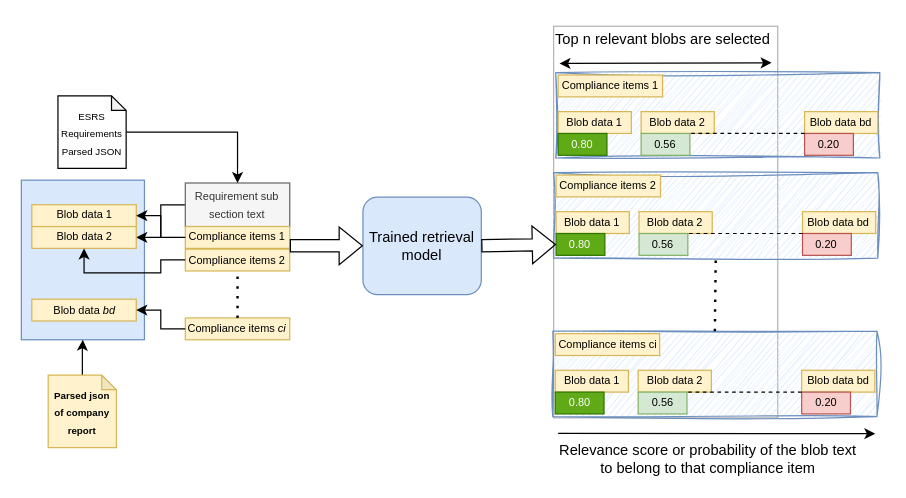
Above: page "Page-8" (8 of 13) of ir_sys.drawio in prabhupad26/100daysofML (draw.io), before the change. Source tidied: cells renumbered, new cells numbered last; positions are measured from the earlier drawing's top-left corner, leaving out a move shared by most shapes. Both pictures are drawn from the tidied source at 122%, with x=0, y=0 at pixel (21, 21).
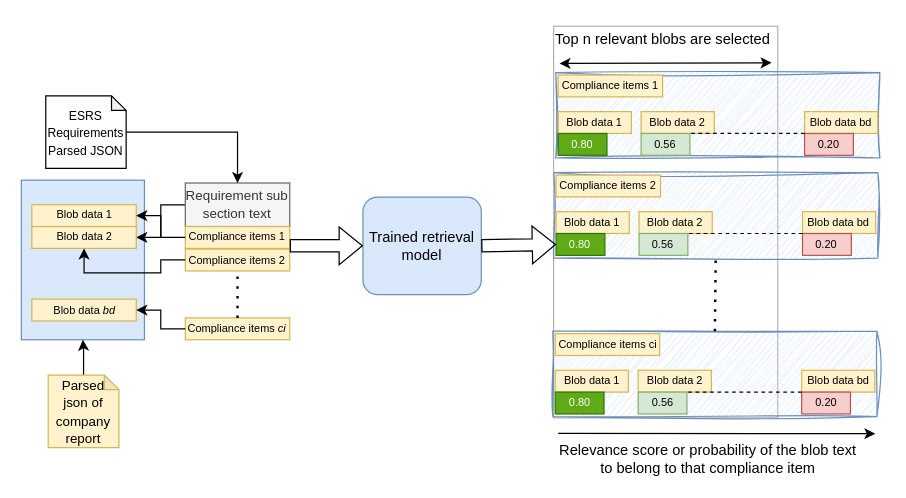
The same diagram, later.

Unchanged cells that the change refers to:
```xml
<mxCell id="5" style="group;" parent="1" vertex="1">
  <mxGeometry y="61" width="219.9" height="200" as="geometry" />
</mxCell>
```

What changed in the source:
```diff
@@
-    <mxCell id="8" value="&lt;font style=&quot;font-size: 9px;&quot;&gt;Requirement sub section text&lt;/font&gt;" style="rounded=0;whiteSpace=wrap;html=1;fillColor=#f5f5f5;strokeColor=#666666;fontColor=#333333;" parent="5" vertex="1">
+    <mxCell id="8" value="&lt;font style=&quot;font-size: 11px;&quot;&gt;Requirement sub section text&lt;/font&gt;" style="rounded=0;whiteSpace=wrap;html=1;fillColor=#f5f5f5;strokeColor=#666666;fontColor=#333333;" parent="5" vertex="1">
       <mxGeometry x="134.4" y="71.5" width="85.6" height="35.7" as="geometry" />
     </mxCell>
@@
-    <mxCell id="14" value="&lt;font style=&quot;font-size: 8px;&quot;&gt;ESRS Requirements Parsed JSON&lt;/font&gt;" style="shape=note;whiteSpace=wrap;html=1;backgroundOutline=1;darkOpacity=0.05;size=12;" parent="5" vertex="1">
-      <mxGeometry x="30" width="55.9" height="59.5" as="geometry" />
+    <mxCell id="14" value="&lt;font style=&quot;font-size: 10px;&quot;&gt;ESRS Requirements Parsed JSON&lt;/font&gt;" style="shape=note;whiteSpace=wrap;html=1;backgroundOutline=1;darkOpacity=0.05;size=12;" parent="5" vertex="1">
+      <mxGeometry x="20" width="65.9" height="59.5" as="geometry" />
     </mxCell>
@@
-    <mxCell id="55" value="&lt;span style=&quot;font-size: 8px;&quot;&gt;&lt;b&gt;Parsed json of company report&lt;/b&gt;&lt;/span&gt;" style="shape=note;whiteSpace=wrap;html=1;backgroundOutline=1;darkOpacity=0.05;size=12;fillColor=#fff2cc;strokeColor=#d6b656;" parent="1" vertex="1">
-      <mxGeometry x="22" y="289.9" width="55.9" height="59.5" as="geometry" />
+    <mxCell id="55" value="&lt;font style=&quot;font-size: 11px;&quot;&gt;Parsed json of company report&lt;/font&gt;" style="shape=note;whiteSpace=wrap;html=1;backgroundOutline=1;darkOpacity=0.05;size=12;fillColor=#fff2cc;strokeColor=#d6b656;" parent="1" vertex="1">
+      <mxGeometry x="22" y="289.9" width="58" height="59.5" as="geometry" />
     </mxCell>
```
